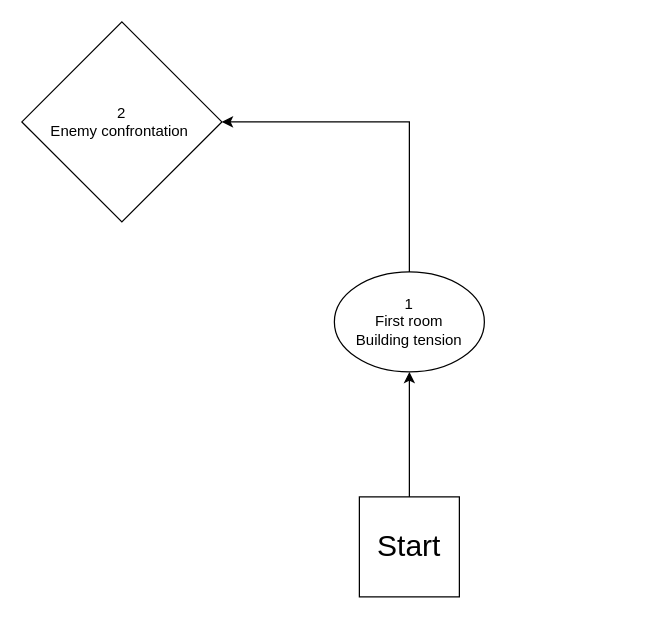
Before: Untitled Diagram.drawio in CorvusKa/diagrams.net-ka, a draw.io diagram. Source tidied: cells renumbered, new cells numbered last; positions are measured from the earlier drawing's top-left corner, leaving out a move shared by most shapes. Both pictures are drawn from the tidied source at 125%, with x=0, y=0 at pixel (21, 21).
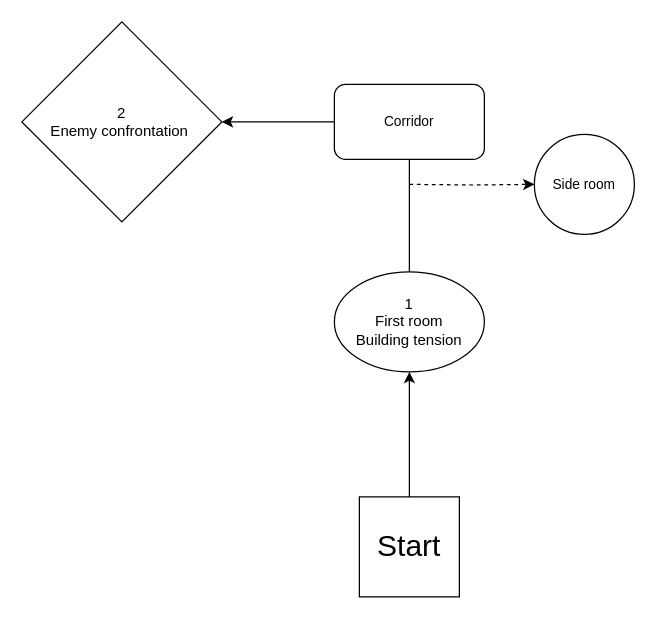
Above is the later version.

Commit message:
side room plus corridor

Diff of the diagram source:
```diff
@@
 <mxGraphModel>
   <root>
     <mxCell id="0" />
     <mxCell id="1" parent="0" />
     <mxCell id="2" style="edgeStyle=orthogonalEdgeStyle;rounded=0;jettySize=auto;html=1;exitX=0.5;exitY=0;exitDx=0;exitDy=0;entryX=0.5;entryY=1;entryDx=0;entryDy=0;" parent="1" edge="1" source="3" target="5">
       <mxGeometry relative="1" as="geometry" />
     </mxCell>
     <mxCell id="3" value="&lt;font style=&quot;font-size: 24px;&quot;&gt;Start&lt;/font&gt;" style="whiteSpace=wrap;html=1;" parent="1" vertex="1">
       <mxGeometry x="270" y="380" width="80" height="80" as="geometry" />
     </mxCell>
     <mxCell id="4" style="edgeStyle=orthogonalEdgeStyle;rounded=0;jettySize=auto;html=1;exitX=0.5;exitY=0;exitDx=0;exitDy=0;entryX=1;entryY=0.5;entryDx=0;entryDy=0;" parent="1" edge="1" source="5" target="6">
-      <mxGeometry relative="1" as="geometry" />
+      <mxGeometry relative="1" as="geometry">
+        <Array as="points">
+          <mxPoint x="310" y="80" />
+        </Array>
+      </mxGeometry>
     </mxCell>
     <mxCell id="5" value="1&lt;br&gt;First room&lt;br&gt;Building tension" style="ellipse;whiteSpace=wrap;html=1;" parent="1" vertex="1">
       <mxGeometry x="250" y="200" width="120" height="80" as="geometry" />
     </mxCell>
     <mxCell id="6" value="2&lt;br&gt;Enemy confrontation&amp;nbsp; " style="rhombus;whiteSpace=wrap;html=1;" parent="1" vertex="1">
       <mxGeometry width="160" height="160" as="geometry" />
     </mxCell>
+    <mxCell id="7" style="edgeStyle=orthogonalEdgeStyle;shape=connector;rounded=0;jettySize=auto;html=1;exitX=0;exitY=0.5;exitDx=0;exitDy=0;labelBackgroundColor=default;strokeColor=default;fontFamily=Helvetica;fontSize=11;fontColor=default;endArrow=classic;entryX=0;entryY=0.5;entryDx=0;entryDy=0;dashed=1;" parent="1" edge="1" target="8">
+      <mxGeometry relative="1" as="geometry">
+        <mxPoint x="310" y="130" as="sourcePoint" />
+      </mxGeometry>
+    </mxCell>
+    <mxCell id="8" value="Side room" style="ellipse;whiteSpace=wrap;html=1;fontFamily=Helvetica;fontSize=11;fontColor=default;" parent="1" vertex="1">
+      <mxGeometry x="410" y="90" width="80" height="80" as="geometry" />
+    </mxCell>
+    <mxCell id="9" value="Corridor" style="rounded=1;whiteSpace=wrap;html=1;fontFamily=Helvetica;fontSize=11;fontColor=default;" parent="1" vertex="1">
+      <mxGeometry x="250" y="50" width="120" height="60" as="geometry" />
+    </mxCell>
   </root>
 </mxGraphModel>
```
